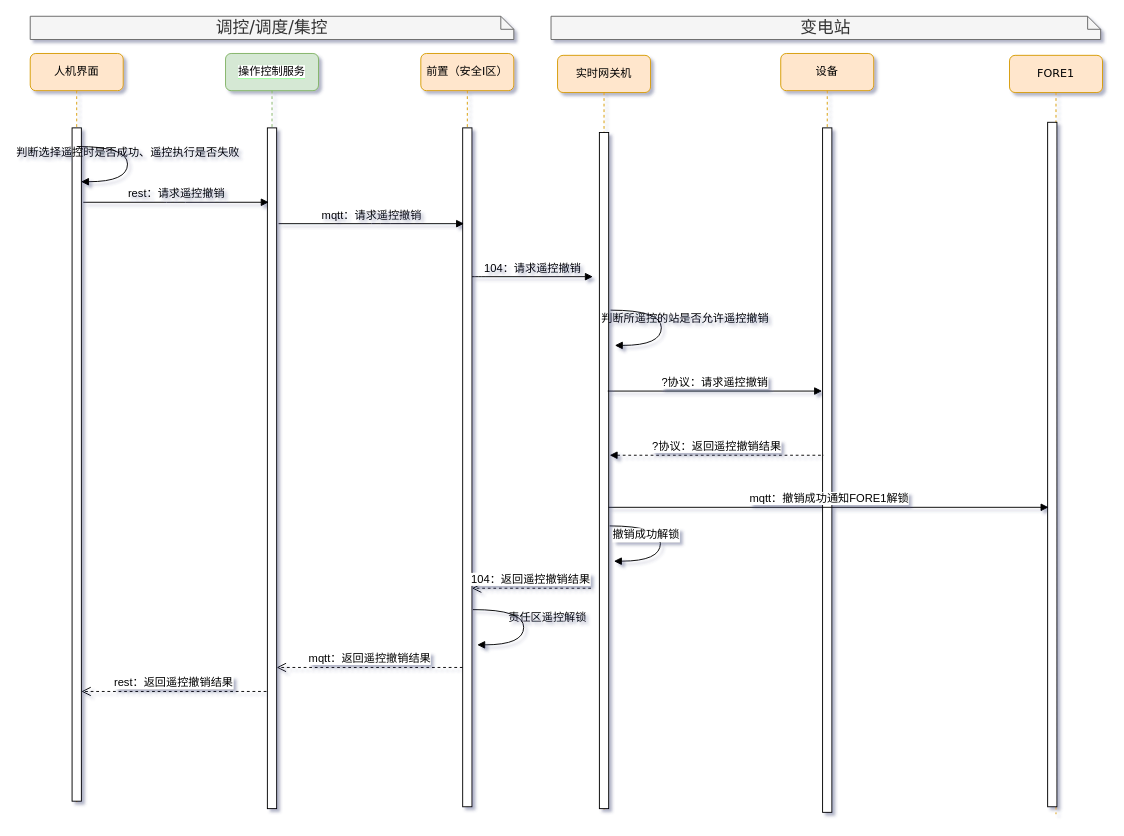
The draw.io diagram page "集控站遥控撤销" (4 of 8) of 操作与控制.drawio in qwe995272801/taowenxiang, before the edit. Source tidied: cells renumbered, new cells numbered last; positions are measured from the earlier drawing's top-left corner, leaving out a move shared by most shapes. Both pictures are drawn from the tidied source at 93%, with x=0, y=0 at pixel (30, 16).
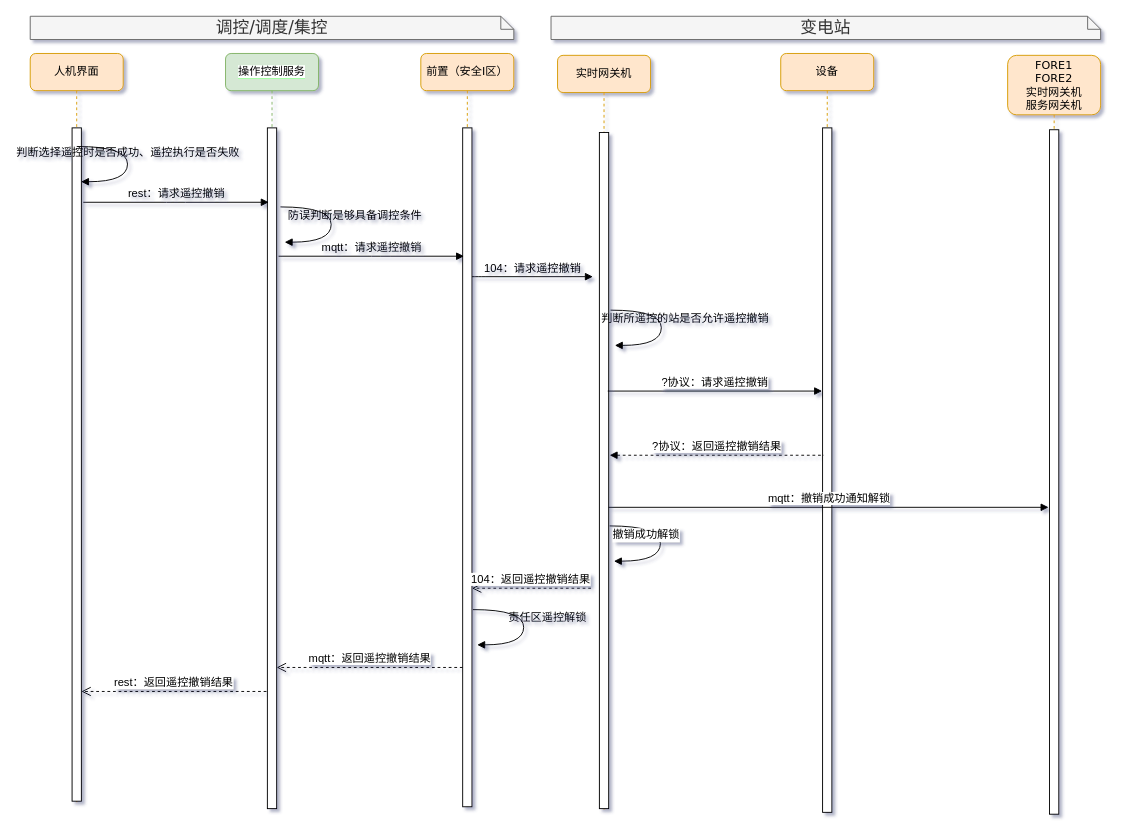
The same page after the edit.

The edit, as a diff of the source:
```diff
@@
     <mxCell id="15" value="mqtt：请求遥控撤销" style="html=1;verticalAlign=bottom;endArrow=block;labelBackgroundColor=none;fontFamily=Helvetica;fontSize=12;edgeStyle=elbowEdgeStyle;elbow=vertical;" parent="1" edge="1">
       <mxGeometry relative="1" as="geometry">
-        <mxPoint x="267" y="223" as="sourcePoint" />
-        <mxPoint x="466.5" y="223" as="targetPoint" />
+        <mxPoint x="267" y="258" as="sourcePoint" />
+        <mxPoint x="466.5" y="258" as="targetPoint" />
         <Array as="points">
-          <mxPoint x="377" y="223" />
-          <mxPoint x="217" y="273" />
-          <mxPoint x="207" y="273" />
+          <mxPoint x="377" y="258" />
+          <mxPoint x="217" y="308" />
+          <mxPoint x="207" y="308" />
         </Array>
       </mxGeometry>
     </mxCell>
@@
-    <mxCell id="27" value="FORE1" style="shape=umlLifeline;perimeter=lifelinePerimeter;whiteSpace=wrap;html=1;rounded=1;shadow=0;comic=0;labelBackgroundColor=none;strokeWidth=1;fontFamily=Verdana;fontSize=12;align=center;fillColor=#ffe6cc;strokeColor=#d79b00;" parent="1" vertex="1">
-      <mxGeometry x="1053" y="42" width="100" height="816" as="geometry" />
-    </mxCell>
-    <mxCell id="28" style="html=1;perimeter=orthogonalPerimeter;rounded=0;shadow=0;comic=0;labelBackgroundColor=none;strokeWidth=1;fontFamily=Helvetica;fontSize=12;align=center;" parent="27" vertex="1">
-      <mxGeometry x="41" y="72" width="10" height="736" as="geometry" />
-    </mxCell>
-    <mxCell id="29" value="mqtt：撤销成功通知FORE1解锁" style="html=1;verticalAlign=bottom;endArrow=block;fontFamily=Helvetica;fontSize=12;" parent="1" edge="1">
+    <mxCell id="29" value="mqtt：撤销成功通知解锁" style="html=1;verticalAlign=bottom;endArrow=block;fontFamily=Helvetica;fontSize=12;" parent="1" edge="1">
       <mxGeometry relative="1" as="geometry">
         <mxPoint x="622" y="528" as="sourcePoint" />
         <mxPoint x="1095" y="528" as="targetPoint" />
       </mxGeometry>
     </mxCell>
+    <mxCell id="30" value="防误判断是够具备调控条件" style="html=1;verticalAlign=bottom;endArrow=block;labelBackgroundColor=none;fontFamily=Verdana;fontSize=12;elbow=vertical;edgeStyle=orthogonalEdgeStyle;curved=1;entryX=1;entryY=0.286;entryPerimeter=0;exitX=1.038;exitY=0.345;exitPerimeter=0;" parent="1" edge="1">
+      <mxGeometry x="0.02" y="25" relative="1" as="geometry">
+        <mxPoint x="269" y="205" as="sourcePoint" />
+        <mxPoint x="273.6" y="242.9" as="targetPoint" />
+        <Array as="points">
+          <mxPoint x="323.6" y="204.9" />
+          <mxPoint x="323.6" y="242.9" />
+        </Array>
+      </mxGeometry>
+    </mxCell>
+    <mxCell id="31" value="&lt;div&gt;FORE1&lt;/div&gt;&lt;div&gt;FORE2&lt;/div&gt;&lt;div&gt;实时网关机&lt;br&gt;&lt;/div&gt;&lt;div&gt;服务网关机&lt;/div&gt;" style="shape=umlLifeline;perimeter=lifelinePerimeter;whiteSpace=wrap;html=1;rounded=1;shadow=0;comic=0;labelBackgroundColor=none;strokeWidth=1;fontFamily=Verdana;fontSize=12;align=center;fillColor=#ffe6cc;strokeColor=#d79b00;size=64;" parent="1" vertex="1">
+      <mxGeometry x="1051" y="42" width="100" height="816" as="geometry" />
+    </mxCell>
+    <mxCell id="32" style="html=1;perimeter=orthogonalPerimeter;rounded=0;shadow=0;comic=0;labelBackgroundColor=none;strokeWidth=1;fontFamily=Helvetica;fontSize=12;align=center;" parent="31" vertex="1">
+      <mxGeometry x="45" y="80" width="10" height="736" as="geometry" />
+    </mxCell>
```
